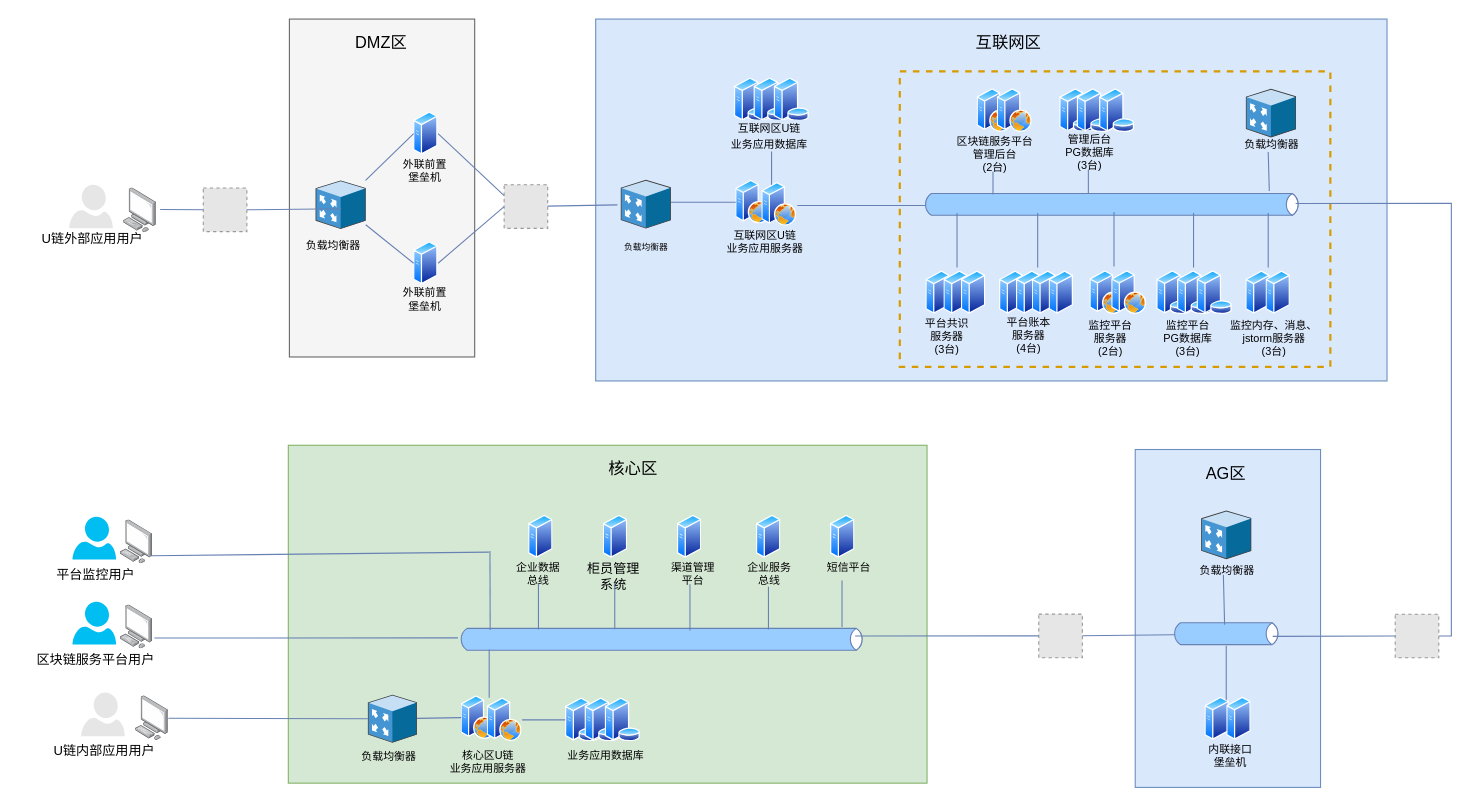
Above: repository/drawio/postb/系统拓扑图.drawio in dilide/collections (draw.io), before the change. Source tidied: cells renumbered, new cells numbered last; positions are measured from the earlier drawing's top-left corner, leaving out a move shared by most shapes. Both pictures are drawn from the tidied source at 109%, with x=0, y=0 at pixel (31, 19). Pictures stored in the file or linked from it are replaced by grey dashed boxes.
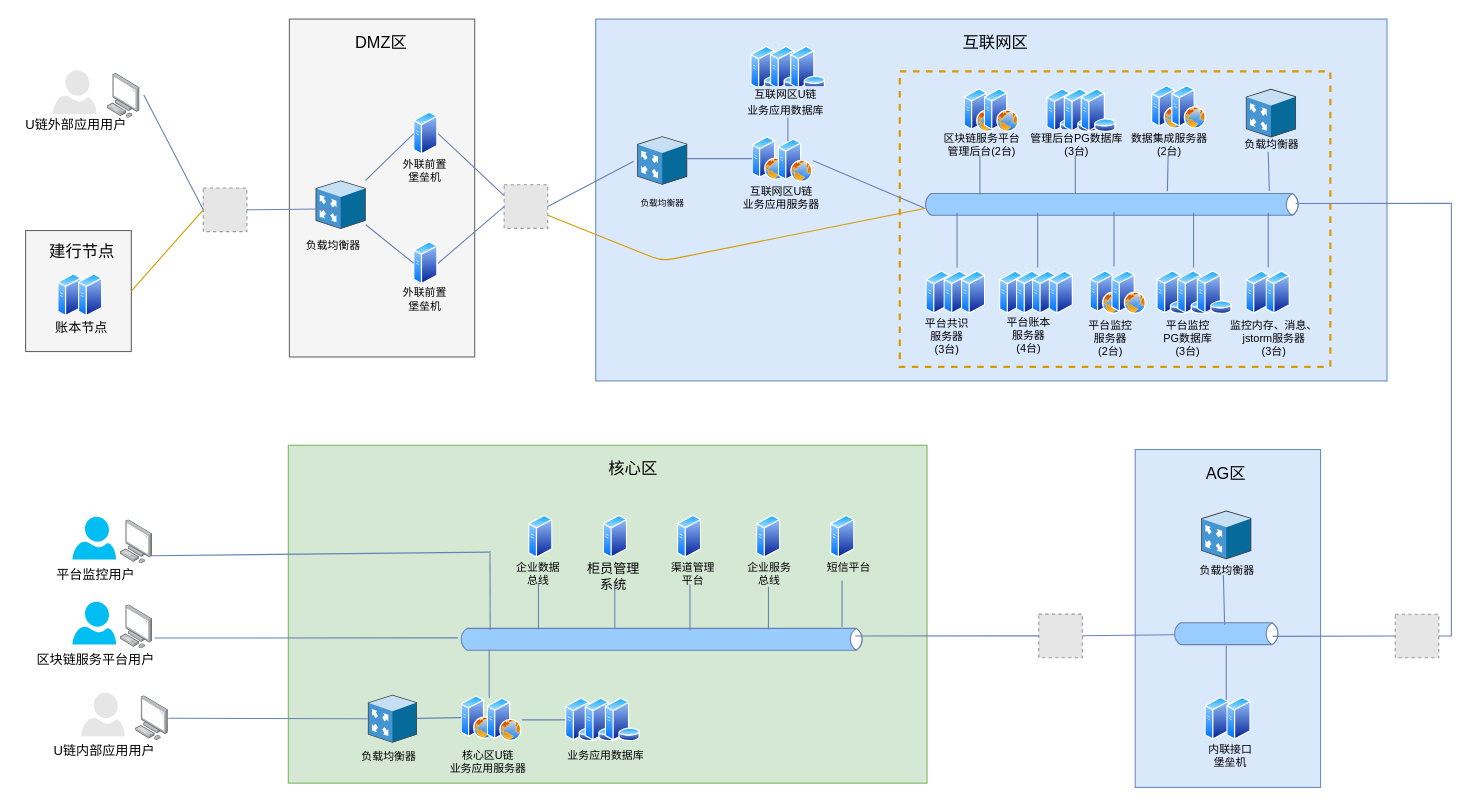
After the change.

Commit message:
Update 系统拓扑图.drawio

The change refers to these unchanged cells:
```xml
<mxCell id="5" style="html=1;fillColor=#99CCFF;strokeColor=#6881B3;gradientColor=none;gradientDirection=north;strokeWidth=1;shape=mxgraph.networks.bus;gradientColor=none;gradientDirection=north;fontColor=#ffffff;perimeter=backbonePerimeter;backboneSize=20;align=center;fontSize=12;" parent="1" vertex="1">
  <mxGeometry x="818" y="165" width="347" height="10" as="geometry" />
</mxCell>
<mxCell id="9" style="fillColor=#E6E6E6;strokeColor=#999999;dashed=1;html=1;verticalAlign=top;verticalLabelPosition=bottom;labelBackgroundColor=#ffffff;fontSize=12;align=center;" parent="1" vertex="1">
  <mxGeometry x="158" y="155" width="40" height="40" as="geometry" />
</mxCell>
<mxCell id="15" style="fillColor=#E6E6E6;strokeColor=#999999;dashed=1;html=1;verticalAlign=top;verticalLabelPosition=bottom;labelBackgroundColor=#ffffff;fontSize=12;align=center;" parent="1" vertex="1">
  <mxGeometry x="434" y="152" width="40" height="40" as="geometry" />
</mxCell>
<mxCell id="22" style="perimeter=ellipsePerimeter;html=1;align=center;shadow=0;dashed=0;spacingTop=3;image;image=img/lib/active_directory/web_server.svg;strokeColor=#6881B3;strokeWidth=1;fillColor=#99CCFF;fontSize=12;" parent="20" vertex="1">
  <mxGeometry x="24" y="2" width="32" height="40" as="geometry" />
</mxCell>
```

Change to the diagram source:
```diff
@@
     <mxCell id="6" style="strokeColor=#6881B3;edgeStyle=none;rounded=0;endArrow=none;html=1;strokeWidth=1;fontSize=12;" parent="1" edge="1">
       <mxGeometry relative="1" as="geometry">
-        <mxPoint x="882.5" y="118" as="sourcePoint" />
-        <mxPoint x="882.5" y="160.9" as="targetPoint" />
+        <mxPoint x="870.5" y="118" as="sourcePoint" />
+        <mxPoint x="870.5" y="160.9" as="targetPoint" />
       </mxGeometry>
     </mxCell>
     <mxCell id="7" style="strokeColor=#6881B3;edgeStyle=none;rounded=0;endArrow=none;html=1;strokeWidth=1;fontSize=12;" parent="1" edge="1">
       <mxGeometry relative="1" as="geometry">
-        <mxPoint x="970" y="117.5" as="sourcePoint" />
-        <mxPoint x="970" y="159.7" as="targetPoint" />
+        <mxPoint x="958" y="117.5" as="sourcePoint" />
+        <mxPoint x="958" y="159.7" as="targetPoint" />
       </mxGeometry>
     </mxCell>
@@
     <mxCell id="14" value="&lt;font style=&quot;font-size: 15px&quot;&gt;互联网区&lt;/font&gt;" style="text;html=1;align=left;verticalAlign=top;spacingTop=-4;fontSize=12;" parent="1" vertex="1">
-      <mxGeometry x="864.5" y="10" width="70" height="15" as="geometry" />
+      <mxGeometry x="852.5" y="10" width="70" height="15" as="geometry" />
     </mxCell>
@@
     <mxCell id="17" style="shadow=0;dashed=0;html=1;labelPosition=center;verticalLabelPosition=bottom;verticalAlign=top;align=center;outlineConnect=0;shape=mxgraph.veeam.3d.proxy_appliance;direction=east;" parent="1" vertex="1">
-      <mxGeometry x="541" y="147.5" width="46" height="44.6" as="geometry" />
+      <mxGeometry x="556" y="107.5" width="46" height="44.6" as="geometry" />
     </mxCell>
-    <mxCell id="18" style="endArrow=none;html=1;strokeColor=#6881B3;strokeWidth=1;fontSize=12;entryX=-0.066;entryY=0.515;entryDx=0;entryDy=0;entryPerimeter=0;" parent="1" edge="1" source="15" target="17">
+    <mxCell id="18" style="endArrow=none;html=1;strokeColor=#6881B3;strokeWidth=1;fontSize=12;entryX=-0.066;entryY=0.515;entryDx=0;entryDy=0;entryPerimeter=0;exitX=1;exitY=0.5;exitDx=0;exitDy=0;exitPerimeter=0;" parent="1" edge="1" source="15" target="17">
       <mxGeometry relative="1" as="geometry" />
     </mxCell>
@@
     <mxCell id="20" style="group;" parent="1" vertex="1">
-      <mxGeometry x="646.5" y="148" width="56" height="40" as="geometry" />
+      <mxGeometry x="661.5" y="108" width="56" height="40" as="geometry" />
     </mxCell>
@@
     <mxCell id="23" value="互联网区U链&lt;br&gt;业务应用服务器" style="text;html=1;align=center;verticalAlign=top;spacingTop=-4;fontSize=10;" parent="1" vertex="1">
-      <mxGeometry x="632.5" y="190" width="80" height="24" as="geometry" />
+      <mxGeometry x="647.5" y="150" width="80" height="24" as="geometry" />
     </mxCell>
-    <mxCell id="24" value="区块链服务平台&lt;br&gt;管理后台&lt;br&gt;(2台)" style="text;html=1;align=center;verticalAlign=top;spacingTop=-4;fontSize=10;fillColor=#DAE8FC;" parent="1" vertex="1">
-      <mxGeometry x="843.5" y="104" width="80" height="36" as="geometry" />
+    <mxCell id="24" value="区块链服务平台&lt;br&gt;管理后台(2台)" style="text;html=1;align=center;verticalAlign=top;spacingTop=-4;fontSize=10;fillColor=#DAE8FC;" parent="1" vertex="1">
+      <mxGeometry x="831.5" y="101" width="80" height="24" as="geometry" />
     </mxCell>
     <mxCell id="25" style="perimeter=ellipsePerimeter;html=1;align=center;shadow=0;dashed=0;spacingTop=3;image;image=img/lib/active_directory/database_server.svg;strokeColor=#6881B3;strokeWidth=1;fillColor=#99CCFF;fontSize=8;" parent="1" vertex="1">
-      <mxGeometry x="645" y="54" width="32.8" height="40" as="geometry" />
+      <mxGeometry x="660" y="25" width="32.8" height="40" as="geometry" />
     </mxCell>
     <mxCell id="26" style="perimeter=ellipsePerimeter;html=1;align=center;shadow=0;dashed=0;spacingTop=3;image;image=img/lib/active_directory/database_server.svg;strokeColor=#6881B3;strokeWidth=1;fillColor=#99CCFF;fontSize=8;" parent="1" vertex="1">
-      <mxGeometry x="663" y="54" width="32.8" height="40" as="geometry" />
+      <mxGeometry x="678" y="25" width="32.8" height="40" as="geometry" />
     </mxCell>
     <mxCell id="27" style="perimeter=ellipsePerimeter;html=1;align=center;shadow=0;dashed=0;spacingTop=3;image;image=img/lib/active_directory/database_server.svg;strokeColor=#6881B3;strokeWidth=1;fillColor=#99CCFF;fontSize=8;" parent="1" vertex="1">
-      <mxGeometry x="681.5" y="54" width="32.8" height="40" as="geometry" />
+      <mxGeometry x="696.5" y="25" width="32.8" height="40" as="geometry" />
     </mxCell>
@@
     <mxCell id="34" value="负载均衡器" style="text;html=1;align=center;verticalAlign=top;spacingTop=-4;fontSize=8;" parent="1" vertex="1">
-      <mxGeometry x="534" y="202" width="60" height="10" as="geometry" />
+      <mxGeometry x="549" y="162" width="60" height="10" as="geometry" />
     </mxCell>
@@
     <mxCell id="88" style="perimeter=ellipsePerimeter;html=1;align=center;shadow=0;dashed=0;spacingTop=3;image;image=img/lib/active_directory/web_server.svg;strokeColor=#6881B3;strokeWidth=1;fillColor=#99CCFF;fontSize=12;" parent="1" vertex="1">
-      <mxGeometry x="868" y="64" width="32" height="40" as="geometry" />
+      <mxGeometry x="856" y="64" width="32" height="40" as="geometry" />
     </mxCell>
     <mxCell id="89" style="perimeter=ellipsePerimeter;html=1;align=center;shadow=0;dashed=0;spacingTop=3;image;image=img/lib/active_directory/web_server.svg;strokeColor=#6881B3;strokeWidth=1;fillColor=#99CCFF;fontSize=12;" parent="1" vertex="1">
-      <mxGeometry x="886.5" y="64" width="32" height="40" as="geometry" />
+      <mxGeometry x="874.5" y="64" width="32" height="40" as="geometry" />
     </mxCell>
     <mxCell id="90" style="perimeter=ellipsePerimeter;html=1;align=center;shadow=0;dashed=0;spacingTop=3;image;image=img/lib/active_directory/database_server.svg;strokeColor=#6881B3;strokeWidth=1;fillColor=#99CCFF;fontSize=8;" parent="1" vertex="1">
-      <mxGeometry x="943.5" y="64" width="32.8" height="40" as="geometry" />
+      <mxGeometry x="931.5" y="64" width="32.8" height="40" as="geometry" />
     </mxCell>
-    <mxCell id="91" value="管理后台&lt;br style=&quot;font-size: 10px&quot;&gt;PG数据库&lt;br&gt;(3台)" style="text;html=1;align=center;verticalAlign=top;spacingTop=-4;fillColor=#DAE8FC;fontSize=10;" parent="1" vertex="1">
-      <mxGeometry x="943.5" y="102" width="54" height="36" as="geometry" />
+    <mxCell id="91" value="管理后台PG数据库&lt;br&gt;(3台)" style="text;html=1;align=center;verticalAlign=top;spacingTop=-4;fillColor=#DAE8FC;fontSize=10;" parent="1" vertex="1">
+      <mxGeometry x="911.5" y="101" width="94" height="24" as="geometry" />
     </mxCell>
     <mxCell id="92" style="perimeter=ellipsePerimeter;html=1;align=center;shadow=0;dashed=0;spacingTop=3;image;image=img/lib/active_directory/database_server.svg;strokeColor=#6881B3;strokeWidth=1;fillColor=#99CCFF;fontSize=8;" parent="1" vertex="1">
-      <mxGeometry x="959.5" y="64" width="32.8" height="40" as="geometry" />
+      <mxGeometry x="947.5" y="64" width="32.8" height="40" as="geometry" />
     </mxCell>
     <mxCell id="93" style="perimeter=ellipsePerimeter;html=1;align=center;shadow=0;dashed=0;spacingTop=3;image;image=img/lib/active_directory/database_server.svg;strokeColor=#6881B3;strokeWidth=1;fillColor=#99CCFF;fontSize=8;" parent="1" vertex="1">
-      <mxGeometry x="980" y="64" width="32.8" height="40" as="geometry" />
+      <mxGeometry x="963" y="64" width="32.8" height="40" as="geometry" />
     </mxCell>
@@
-    <mxCell id="104" style="edgeStyle=orthogonalEdgeStyle;rounded=0;jettySize=auto;html=1;entryX=0.007;entryY=0.6;entryDx=0;entryDy=0;entryPerimeter=0;strokeColor=#6881B3;endArrow=none;endFill=0;" parent="1" edge="1" target="5">
-      <mxGeometry relative="1" as="geometry">
-        <mxPoint x="703" y="171" as="sourcePoint" />
-        <Array as="points">
-          <mxPoint x="703" y="171" />
-        </Array>
-      </mxGeometry>
-    </mxCell>
@@
     <mxCell id="113" style="points=[];html=1;align=center;shadow=0;dashed=0;image;image=img/lib/allied_telesis/computer_and_terminals/Personal_Computer.svg;strokeColor=#6881B3;fillColor=#99CCFF;fontSize=12;" parent="1" vertex="1">
-      <mxGeometry x="85" y="155" width="30" height="41" as="geometry" />
+      <mxGeometry x="70" y="50" width="30" height="41" as="geometry" />
     </mxCell>
     <mxCell id="114" style="verticalLabelPosition=bottom;html=1;verticalAlign=top;align=center;strokeColor=none;fillColor=#E6E6E6;shape=mxgraph.azure.user;" parent="1" vertex="1">
-      <mxGeometry x="35" y="152" width="40" height="40" as="geometry" />
+      <mxGeometry x="20" y="47" width="40" height="40" as="geometry" />
     </mxCell>
     <mxCell id="115" value="U链外部应用用户" style="text;html=1;align=center;verticalAlign=top;spacingTop=-4;fontSize=12;" parent="1" vertex="1">
-      <mxGeometry x="4" y="192" width="103" height="14" as="geometry" />
+      <mxGeometry x="-11" y="87" width="103" height="14" as="geometry" />
     </mxCell>
@@
-    <mxCell id="123" value="监控平台&lt;br&gt;服务器&lt;br&gt;(2台)" style="text;html=1;align=center;verticalAlign=top;spacingTop=-4;fontSize=10;" parent="1" vertex="1">
+    <mxCell id="123" value="平台监控&lt;br&gt;服务器&lt;br&gt;(2台)" style="text;html=1;align=center;verticalAlign=top;spacingTop=-4;fontSize=10;" parent="1" vertex="1">
       <mxGeometry x="964.5" y="273" width="50" height="36" as="geometry" />
     </mxCell>
@@
-    <mxCell id="127" value="监控平台&lt;br&gt;PG数据库&lt;br&gt;(3台)" style="text;html=1;align=center;verticalAlign=top;spacingTop=-4;fontSize=10;" parent="1" vertex="1">
+    <mxCell id="127" value="平台监控&lt;br&gt;PG数据库&lt;br&gt;(3台)" style="text;html=1;align=center;verticalAlign=top;spacingTop=-4;fontSize=10;" parent="1" vertex="1">
       <mxGeometry x="1034" y="273" width="54" height="36" as="geometry" />
     </mxCell>
@@
+    <mxCell id="136" style="strokeColor=#6881B3;edgeStyle=none;rounded=0;endArrow=none;html=1;strokeWidth=1;fontSize=12;exitX=0.496;exitY=0.988;exitDx=0;exitDy=0;exitPerimeter=0;" parent="1" edge="1" source="137">
+      <mxGeometry relative="1" as="geometry">
+        <mxPoint x="1042.5" y="157.9" as="targetPoint" />
+      </mxGeometry>
+    </mxCell>
+    <mxCell id="137" value="数据集成服务器&lt;br&gt;(2台)" style="text;html=1;points=[];align=center;verticalAlign=top;spacingTop=-4;fontSize=10;fillColor=#DAE8FC;" parent="1" vertex="1">
+      <mxGeometry x="1003.5" y="101" width="80" height="24" as="geometry" />
+    </mxCell>
+    <mxCell id="138" style="perimeter=ellipsePerimeter;html=1;align=center;shadow=0;dashed=0;spacingTop=3;image;image=img/lib/active_directory/web_server.svg;strokeColor=#6881B3;strokeWidth=1;fillColor=#99CCFF;fontSize=12;" parent="1" vertex="1">
+      <mxGeometry x="1028" y="61" width="32" height="40" as="geometry" />
+    </mxCell>
+    <mxCell id="139" style="perimeter=ellipsePerimeter;html=1;align=center;shadow=0;dashed=0;spacingTop=3;image;image=img/lib/active_directory/web_server.svg;strokeColor=#6881B3;strokeWidth=1;fillColor=#99CCFF;fontSize=12;" parent="1" vertex="1">
+      <mxGeometry x="1046.5" y="61" width="32" height="40" as="geometry" />
+    </mxCell>
+    <mxCell id="140" style="rounded=0;whiteSpace=wrap;html=1;fillColor=#f5f5f5;strokeColor=#666666;fontColor=#333333;" parent="1" vertex="1">
+      <mxGeometry x="-5" y="194" width="97" height="111" as="geometry" />
+    </mxCell>
+    <mxCell id="141" value="建行节点" style="text;html=1;align=left;verticalAlign=top;spacingTop=-4;fontSize=15;" parent="1" vertex="1">
+      <mxGeometry x="15" y="202" width="58" height="14" as="geometry" />
+    </mxCell>
+    <mxCell id="142" style="perimeter=ellipsePerimeter;html=1;align=center;shadow=0;dashed=0;spacingTop=3;image;image=img/lib/active_directory/generic_server.svg;strokeColor=#6881B3;strokeWidth=1;fillColor=#99CCFF;fontSize=8;" parent="1" vertex="1">
+      <mxGeometry x="24.5" y="233.5" width="22.4" height="40" as="geometry" />
+    </mxCell>
+    <mxCell id="143" style="perimeter=ellipsePerimeter;html=1;align=center;shadow=0;dashed=0;spacingTop=3;image;image=img/lib/active_directory/generic_server.svg;strokeColor=#6881B3;strokeWidth=1;fillColor=#99CCFF;fontSize=8;" parent="1" vertex="1">
+      <mxGeometry x="43.5" y="233.5" width="22.4" height="40" as="geometry" />
+    </mxCell>
+    <mxCell id="144" value="账本节点" style="text;html=1;align=center;verticalAlign=top;spacingTop=-4;fontSize=12;" parent="1" vertex="1">
+      <mxGeometry x="11" y="273.5" width="70" height="18" as="geometry" />
+    </mxCell>
+    <mxCell id="145" style="endArrow=none;html=1;fontSize=12;exitX=1;exitY=0.5;exitDx=0;exitDy=0;entryX=0;entryY=0.5;entryDx=0;entryDy=0;strokeColor=#d79b00;fillColor=#ffe6cc;" parent="1" edge="1" source="140" target="9">
+      <mxGeometry relative="1" as="geometry" />
+    </mxCell>
+    <mxCell id="146" style="endArrow=none;html=1;strokeColor=#d79b00;fontSize=12;entryX=0.011;entryY=0.829;entryDx=0;entryDy=0;entryPerimeter=0;fillColor=#ffe6cc;" parent="1" edge="1" source="15" target="5">
+      <mxGeometry relative="1" as="geometry">
+        <Array as="points">
+          <mxPoint x="579" y="222" />
+        </Array>
+      </mxGeometry>
+    </mxCell>
+    <mxCell id="147" style="endArrow=none;html=1;strokeColor=#6881B3;fontSize=12;exitX=1;exitY=0.5;exitDx=0;exitDy=0;" parent="1" edge="1" source="22">
+      <mxGeometry relative="1" as="geometry">
+        <mxPoint x="819" y="173" as="targetPoint" />
+      </mxGeometry>
+    </mxCell>
```
